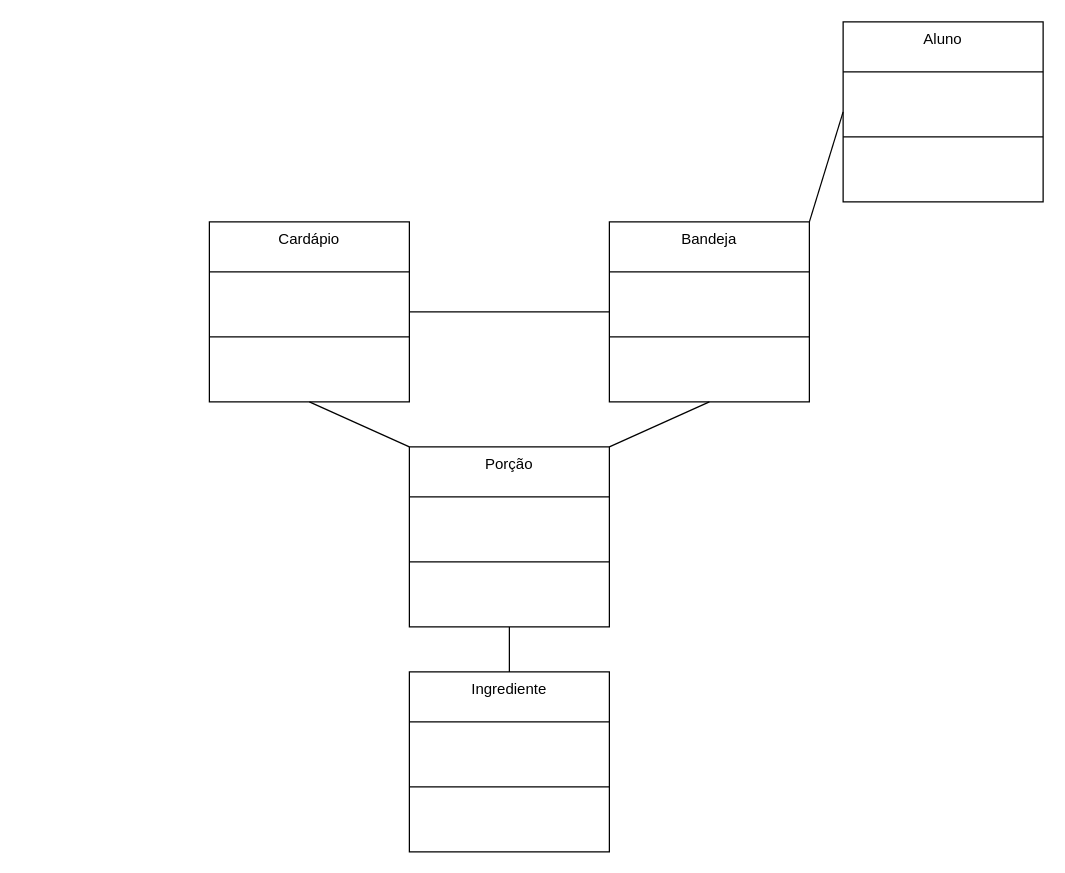
The draw.io diagram lab02/extra/lab02_UML.drawio in uniaovasko/vasco, before the edit. Source tidied: cells renumbered, new cells numbered last; positions are measured from the earlier drawing's top-left corner, leaving out a move shared by most shapes. Both pictures are drawn from the tidied source at 125%, with x=0, y=0 at pixel (209, 21).
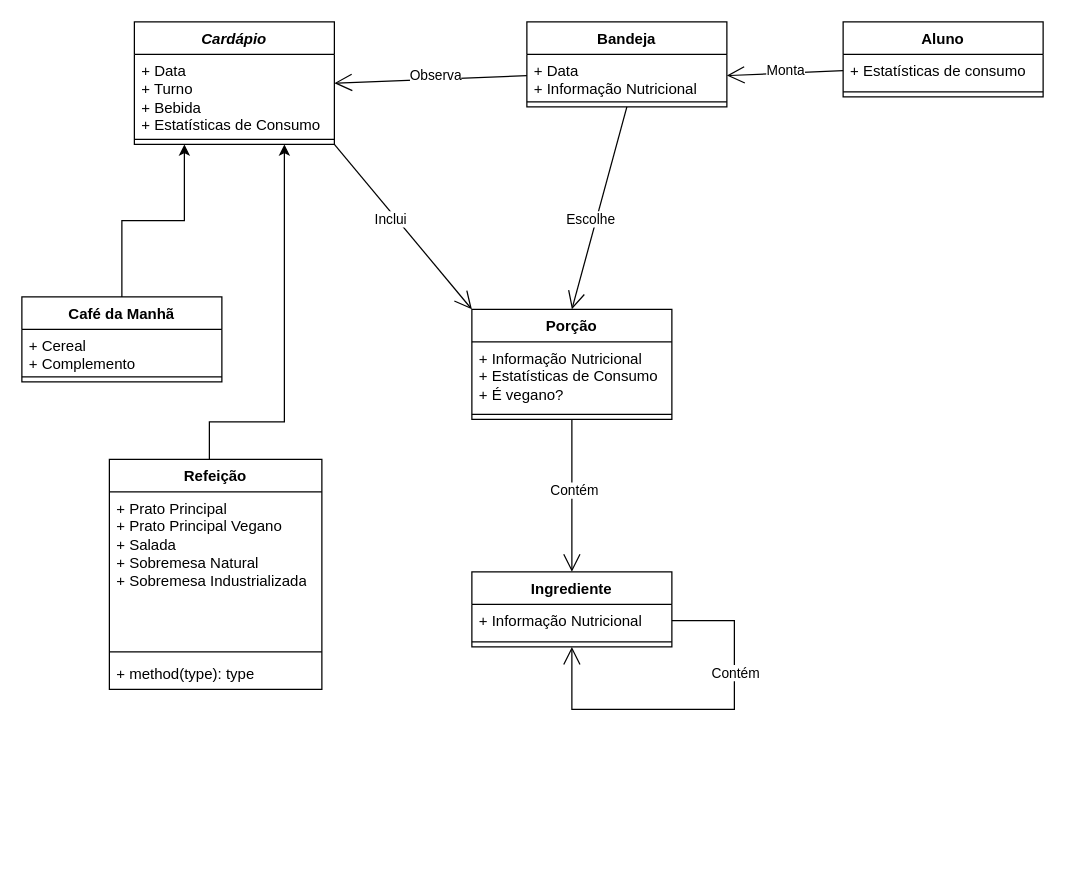
The same diagram, later.

Diff of the diagram source:
```diff
@@
+    <mxCell id="17" style="endArrow=open;endFill=1;endSize=12;html=1;rounded=0;entryX=1;entryY=0.5;entryDx=0;entryDy=0;exitX=0;exitY=0.5;exitDx=0;exitDy=0;" parent="1" edge="1" source="35" target="33">
+      <mxGeometry relative="1" as="geometry" />
+    </mxCell>
+    <mxCell id="18" value="Monta" style="edgeLabel;html=1;align=center;verticalAlign=middle;" parent="17" vertex="1">
+      <mxGeometry x="-0.02" y="-2" relative="1" as="geometry" />
+    </mxCell>
+    <mxCell id="19" style="endArrow=open;endFill=1;endSize=12;html=1;rounded=0;exitX=0;exitY=0.5;exitDx=0;exitDy=0;entryX=1;entryY=0.5;entryDx=0;entryDy=0;" parent="1" edge="1" source="33" target="6">
+      <mxGeometry relative="1" as="geometry" />
+    </mxCell>
+    <mxCell id="20" value="Observa" style="edgeLabel;html=1;align=center;verticalAlign=middle;" parent="19" vertex="1">
+      <mxGeometry x="-0.05" y="-3" relative="1" as="geometry" />
+    </mxCell>
+    <mxCell id="21" style="endArrow=open;endFill=1;endSize=12;html=1;rounded=0;entryX=0.5;entryY=0;entryDx=0;entryDy=0;exitX=0.5;exitY=1;exitDx=0;exitDy=0;" parent="1" edge="1" source="4">
+      <mxGeometry relative="1" as="geometry">
+        <mxPoint x="290" y="230" as="targetPoint" />
+      </mxGeometry>
+    </mxCell>
+    <mxCell id="22" style="endArrow=open;endFill=1;endSize=12;html=1;rounded=0;exitX=1;exitY=1;exitDx=0;exitDy=0;entryX=0;entryY=0;entryDx=0;entryDy=0;" parent="1" edge="1" source="6">
+      <mxGeometry relative="1" as="geometry">
+        <mxPoint x="210" y="230" as="targetPoint" />
+      </mxGeometry>
+    </mxCell>
+    <mxCell id="15" style="endArrow=open;endFill=1;endSize=12;html=1;rounded=0;entryX=0.5;entryY=0;entryDx=0;entryDy=0;exitX=0.5;exitY=1;exitDx=0;exitDy=0;" parent="1" edge="1" source="8" target="10">
+      <mxGeometry relative="1" as="geometry" />
+    </mxCell>
+    <mxCell id="23" value="Contém" style="edgeLabel;html=1;align=center;verticalAlign=middle;" parent="15" vertex="1">
+      <mxGeometry x="-0.09" y="1" relative="1" as="geometry" />
+    </mxCell>
+    <mxCell id="24" style="edgeStyle=orthogonalEdgeStyle;rounded=0;jettySize=auto;html=1;entryX=0.25;entryY=1;entryDx=0;entryDy=0;" parent="1" edge="1" source="25" target="6">
+      <mxGeometry relative="1" as="geometry" />
+    </mxCell>
+    <mxCell id="25" value="Café da Manhã" style="swimlane;fontStyle=1;align=center;verticalAlign=top;horizontal=1;startSize=26;whiteSpace=wrap;html=1;" parent="1" vertex="1">
+      <mxGeometry x="-150" y="220" width="160" height="68" as="geometry" />
+    </mxCell>
+    <mxCell id="26" value="&lt;div&gt;+ Cereal&lt;/div&gt;&lt;div&gt;+ Complemento&lt;br&gt;&lt;/div&gt;" style="text;strokeColor=none;fillColor=none;align=left;verticalAlign=top;spacingLeft=4;spacingRight=4;overflow=hidden;whiteSpace=wrap;html=1;" parent="25" vertex="1">
+      <mxGeometry y="26" width="160" height="34" as="geometry" />
+    </mxCell>
+    <mxCell id="27" style="line;strokeWidth=1;fillColor=none;align=left;verticalAlign=middle;spacingTop=-1;spacingLeft=3;spacingRight=3;labelPosition=right;strokeColor=inherit;" parent="25" vertex="1">
+      <mxGeometry y="60" width="160" height="8" as="geometry" />
+    </mxCell>
+    <mxCell id="28" style="edgeStyle=orthogonalEdgeStyle;rounded=0;jettySize=auto;html=1;entryX=0.75;entryY=1;entryDx=0;entryDy=0;" parent="1" edge="1" source="29" target="6">
+      <mxGeometry relative="1" as="geometry">
+        <Array as="points">
+          <mxPoint y="320" />
+          <mxPoint x="60" y="320" />
+        </Array>
+      </mxGeometry>
+    </mxCell>
+    <mxCell id="29" value="Refeição" style="swimlane;fontStyle=1;align=center;verticalAlign=top;horizontal=1;startSize=26;whiteSpace=wrap;html=1;" parent="1" vertex="1">
+      <mxGeometry x="-80" y="350" width="170" height="184" as="geometry" />
+    </mxCell>
+    <mxCell id="30" value="&lt;div&gt;+ Prato Principal&lt;/div&gt;&lt;div&gt;+ Prato Principal Vegano&lt;/div&gt;&lt;div&gt;+ Salada&lt;/div&gt;&lt;div&gt;+ Sobremesa Natural&lt;/div&gt;&lt;div&gt;+ Sobremesa Industrializada&lt;br&gt;&lt;/div&gt;" style="text;strokeColor=none;fillColor=none;align=left;verticalAlign=top;spacingLeft=4;spacingRight=4;overflow=hidden;whiteSpace=wrap;html=1;" parent="29" vertex="1">
+      <mxGeometry y="26" width="170" height="124" as="geometry" />
+    </mxCell>
+    <mxCell id="31" style="line;strokeWidth=1;fillColor=none;align=left;verticalAlign=middle;spacingTop=-1;spacingLeft=3;spacingRight=3;labelPosition=right;strokeColor=inherit;" parent="29" vertex="1">
+      <mxGeometry y="150" width="170" height="8" as="geometry" />
+    </mxCell>
+    <mxCell id="32" value="+ method(type): type" style="text;strokeColor=none;fillColor=none;align=left;verticalAlign=top;spacingLeft=4;spacingRight=4;overflow=hidden;whiteSpace=wrap;html=1;" parent="29" vertex="1">
+      <mxGeometry y="158" width="170" height="26" as="geometry" />
+    </mxCell>
+    <mxCell id="4" value="Bandeja" style="swimlane;fontStyle=1;align=center;verticalAlign=top;horizontal=1;startSize=26;whiteSpace=wrap;html=1;" parent="1" vertex="1">
+      <mxGeometry x="254" width="160" height="68" as="geometry" />
+    </mxCell>
+    <mxCell id="33" value="&lt;div&gt;+ Data&lt;/div&gt;&lt;div&gt;+ Informação Nutricional&lt;br&gt;&lt;/div&gt;" style="text;strokeColor=none;fillColor=none;align=left;verticalAlign=top;spacingLeft=4;spacingRight=4;overflow=hidden;points=[[0,0.5],[1,0.5]];portConstraint=eastwest;whiteSpace=wrap;html=1;" parent="4" vertex="1">
+      <mxGeometry y="26" width="160" height="34" as="geometry" />
+    </mxCell>
+    <mxCell id="34" style="line;strokeWidth=1;fillColor=none;align=left;verticalAlign=middle;spacingTop=-1;spacingLeft=3;spacingRight=3;labelPosition=right;strokeColor=inherit;" parent="4" vertex="1">
+      <mxGeometry y="60" width="160" height="8" as="geometry" />
+    </mxCell>
-    <mxCell id="2" value="Aluno" style="swimlane;fontStyle=0;align=center;verticalAlign=top;horizontal=1;startSize=40;rounded=0;shadow=0;strokeWidth=1;" parent="1" vertex="1">
-      <mxGeometry x="507" width="160" height="144" as="geometry" />
+    <mxCell id="2" value="Aluno" style="swimlane;fontStyle=1;align=center;verticalAlign=top;horizontal=1;startSize=26;whiteSpace=wrap;html=1;" parent="1" vertex="1">
+      <mxGeometry x="507" width="160" height="60" as="geometry" />
     </mxCell>
-    <mxCell id="3" style="line;html=1;strokeWidth=1;align=left;verticalAlign=middle;spacingTop=-1;spacingLeft=3;spacingRight=3;labelPosition=right;" parent="2" vertex="1">
-      <mxGeometry y="40" width="160" height="104" as="geometry" />
-    </mxCell>
-    <mxCell id="4" value="Bandeja" style="swimlane;fontStyle=0;align=center;verticalAlign=top;horizontal=1;startSize=40;rounded=0;shadow=0;strokeWidth=1;" parent="1" vertex="1">
-      <mxGeometry x="320" y="160" width="160" height="144" as="geometry" />
-    </mxCell>
-    <mxCell id="5" style="line;html=1;strokeWidth=1;align=left;verticalAlign=middle;spacingTop=-1;spacingLeft=3;spacingRight=3;labelPosition=right;" parent="4" vertex="1">
-      <mxGeometry y="40" width="160" height="104" as="geometry" />
-    </mxCell>
+    <mxCell id="35" value="+ Estatísticas de consumo" style="text;strokeColor=none;fillColor=none;align=left;verticalAlign=top;spacingLeft=4;spacingRight=4;overflow=hidden;points=[[0,0.5],[1,0.5]];portConstraint=eastwest;whiteSpace=wrap;html=1;" parent="2" vertex="1">
+      <mxGeometry y="26" width="160" height="26" as="geometry" />
+    </mxCell>
+    <mxCell id="36" style="line;strokeWidth=1;fillColor=none;align=left;verticalAlign=middle;spacingTop=-1;spacingLeft=3;spacingRight=3;labelPosition=right;strokeColor=inherit;" parent="2" vertex="1">
+      <mxGeometry y="52" width="160" height="8" as="geometry" />
+    </mxCell>
-    <mxCell id="6" value="Cardápio" style="swimlane;fontStyle=0;align=center;verticalAlign=top;horizontal=1;startSize=40;rounded=0;shadow=0;strokeWidth=1;" parent="1" vertex="1">
-      <mxGeometry y="160" width="160" height="144" as="geometry" />
+    <mxCell id="6" value="&lt;i&gt;Cardápio&lt;/i&gt;" style="swimlane;fontStyle=1;align=center;verticalAlign=top;horizontal=1;startSize=26;whiteSpace=wrap;html=1;" parent="1" vertex="1">
+      <mxGeometry x="-60" width="160" height="98" as="geometry" />
     </mxCell>
-    <mxCell id="7" style="line;html=1;strokeWidth=1;align=left;verticalAlign=middle;spacingTop=-1;spacingLeft=3;spacingRight=3;labelPosition=right;" parent="6" vertex="1">
-      <mxGeometry y="40" width="160" height="104" as="geometry" />
-    </mxCell>
+    <mxCell id="37" value="&lt;div&gt;+ Data&lt;/div&gt;&lt;div&gt;+ Turno&lt;/div&gt;&lt;div&gt;+ Bebida&lt;br&gt;&lt;/div&gt;&lt;div&gt;+ Estatísticas de Consumo&lt;br&gt;&lt;/div&gt;" style="text;strokeColor=none;fillColor=none;align=left;verticalAlign=top;spacingLeft=4;spacingRight=4;overflow=hidden;whiteSpace=wrap;html=1;" parent="6" vertex="1">
+      <mxGeometry y="26" width="160" height="64" as="geometry" />
+    </mxCell>
+    <mxCell id="38" style="line;strokeWidth=1;fillColor=none;align=left;verticalAlign=middle;spacingTop=-1;spacingLeft=3;spacingRight=3;labelPosition=right;strokeColor=inherit;" parent="6" vertex="1">
+      <mxGeometry y="90" width="160" height="8" as="geometry" />
+    </mxCell>
-    <mxCell id="8" value="Porção" style="swimlane;fontStyle=0;align=center;verticalAlign=top;horizontal=1;startSize=40;rounded=0;shadow=0;strokeWidth=1;" parent="1" vertex="1">
-      <mxGeometry x="160" y="340" width="160" height="144" as="geometry" />
+    <mxCell id="8" value="Porção" style="swimlane;fontStyle=1;align=center;verticalAlign=top;horizontal=1;startSize=26;whiteSpace=wrap;html=1;" parent="1" vertex="1">
+      <mxGeometry x="210" y="230" width="160" height="88" as="geometry" />
     </mxCell>
-    <mxCell id="9" style="line;html=1;strokeWidth=1;align=left;verticalAlign=middle;spacingTop=-1;spacingLeft=3;spacingRight=3;labelPosition=right;" parent="8" vertex="1">
-      <mxGeometry y="40" width="160" height="104" as="geometry" />
-    </mxCell>
+    <mxCell id="39" value="&lt;div&gt;+ Informação Nutricional&lt;/div&gt;&lt;div&gt;+ Estatísticas de Consumo&lt;/div&gt;&lt;div&gt;+ É vegano?&lt;br&gt;&lt;/div&gt;" style="text;strokeColor=none;fillColor=none;align=left;verticalAlign=top;spacingLeft=4;spacingRight=4;overflow=hidden;whiteSpace=wrap;html=1;" parent="8" vertex="1">
+      <mxGeometry y="26" width="160" height="54" as="geometry" />
+    </mxCell>
+    <mxCell id="40" style="line;strokeWidth=1;fillColor=none;align=left;verticalAlign=middle;spacingTop=-1;spacingLeft=3;spacingRight=3;labelPosition=right;strokeColor=inherit;" parent="8" vertex="1">
+      <mxGeometry y="80" width="160" height="8" as="geometry" />
+    </mxCell>
-    <mxCell id="10" value="Ingrediente" style="swimlane;fontStyle=0;align=center;verticalAlign=top;horizontal=1;startSize=40;rounded=0;shadow=0;strokeWidth=1;" parent="1" vertex="1">
-      <mxGeometry x="160" y="520" width="160" height="144" as="geometry" />
+    <mxCell id="10" value="Ingrediente" style="swimlane;fontStyle=1;align=center;verticalAlign=top;horizontal=1;startSize=26;whiteSpace=wrap;html=1;" parent="1" vertex="1">
+      <mxGeometry x="210" y="440" width="160" height="60" as="geometry" />
     </mxCell>
-    <mxCell id="11" style="line;html=1;strokeWidth=1;align=left;verticalAlign=middle;spacingTop=-1;spacingLeft=3;spacingRight=3;labelPosition=right;" parent="10" vertex="1">
-      <mxGeometry y="40" width="160" height="104" as="geometry" />
-    </mxCell>
-    <mxCell id="12" style="endArrow=none;html=1;rounded=0;exitX=1;exitY=0;exitDx=0;exitDy=0;entryX=0;entryY=0.5;entryDx=0;entryDy=0;" parent="1" edge="1" source="4" target="2">
-      <mxGeometry relative="1" as="geometry" />
-    </mxCell>
-    <mxCell id="13" style="endArrow=none;html=1;rounded=0;exitX=1;exitY=0.5;exitDx=0;exitDy=0;entryX=0;entryY=0.5;entryDx=0;entryDy=0;" parent="1" edge="1" source="6" target="4">
-      <mxGeometry relative="1" as="geometry" />
-    </mxCell>
-    <mxCell id="14" style="endArrow=none;html=1;rounded=0;exitX=0.5;exitY=1;exitDx=0;exitDy=0;entryX=0;entryY=0;entryDx=0;entryDy=0;" parent="1" edge="1" source="6" target="8">
-      <mxGeometry relative="1" as="geometry" />
-    </mxCell>
-    <mxCell id="15" style="endArrow=none;html=1;rounded=0;exitX=0.5;exitY=1;exitDx=0;exitDy=0;entryX=0.5;entryY=0;entryDx=0;entryDy=0;" parent="1" edge="1" source="8" target="10">
-      <mxGeometry relative="1" as="geometry" />
-    </mxCell>
-    <mxCell id="16" style="endArrow=none;html=1;rounded=0;exitX=1;exitY=0;exitDx=0;exitDy=0;entryX=0.5;entryY=1;entryDx=0;entryDy=0;" parent="1" edge="1" source="8" target="4">
-      <mxGeometry relative="1" as="geometry" />
-    </mxCell>
+    <mxCell id="41" value="+ Informação Nutricional" style="text;strokeColor=none;fillColor=none;align=left;verticalAlign=top;spacingLeft=4;spacingRight=4;overflow=hidden;points=[[0,0.5],[1,0.5]];portConstraint=eastwest;whiteSpace=wrap;html=1;" parent="10" vertex="1">
+      <mxGeometry y="26" width="160" height="26" as="geometry" />
+    </mxCell>
+    <mxCell id="42" style="line;strokeWidth=1;fillColor=none;align=left;verticalAlign=middle;spacingTop=-1;spacingLeft=3;spacingRight=3;labelPosition=right;strokeColor=inherit;" parent="10" vertex="1">
+      <mxGeometry y="52" width="160" height="8" as="geometry" />
+    </mxCell>
+    <mxCell id="43" style="endArrow=open;endFill=1;endSize=12;html=1;rounded=0;exitX=1;exitY=0.5;exitDx=0;exitDy=0;entryX=0.5;entryY=1;entryDx=0;entryDy=0;" parent="10" edge="1" source="41" target="10">
+      <mxGeometry relative="1" as="geometry">
+        <Array as="points">
+          <mxPoint x="210" y="39" />
+          <mxPoint x="210" y="110" />
+          <mxPoint x="80" y="110" />
+        </Array>
+      </mxGeometry>
+    </mxCell>
+    <mxCell id="44" value="Inclui" style="edgeLabel;html=1;align=center;verticalAlign=middle;" parent="1" vertex="1">
+      <mxGeometry x="160" y="160" as="geometry">
+        <mxPoint x="-16" y="-3" as="offset" />
+      </mxGeometry>
+    </mxCell>
+    <mxCell id="45" value="Escolhe" style="edgeLabel;html=1;align=center;verticalAlign=middle;" parent="1" vertex="1">
+      <mxGeometry x="320" y="160" as="geometry">
+        <mxPoint x="-16" y="-3" as="offset" />
+      </mxGeometry>
+    </mxCell>
+    <mxCell id="46" value="Contém" style="edgeLabel;html=1;align=center;verticalAlign=middle;" parent="1" vertex="1">
+      <mxGeometry x="420" y="520" as="geometry" />
+    </mxCell>
```
